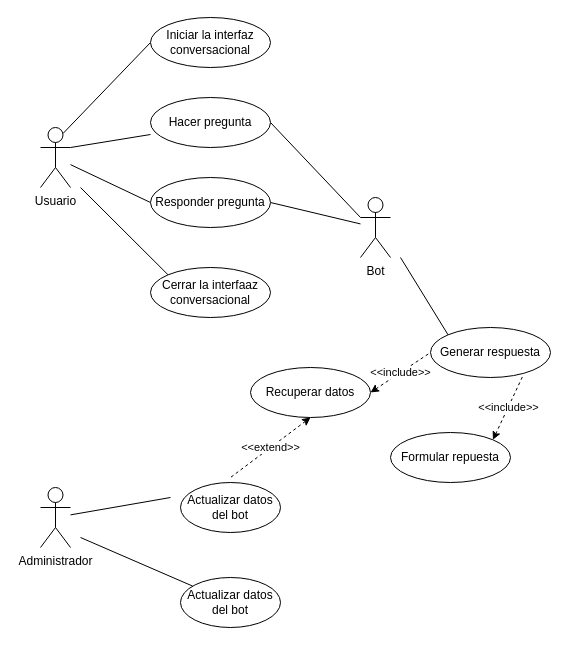
Above: page "Page-2" (2 of 3) of project-docs/RAG_Architecture.drawio in jrg1013/chatbot (draw.io), before the change. Source tidied: cells renumbered, new cells numbered last; positions are measured from the earlier drawing's top-left corner, leaving out a move shared by most shapes. Both pictures are drawn from the tidied source at 100%, with x=0, y=0 at pixel (40, 17).
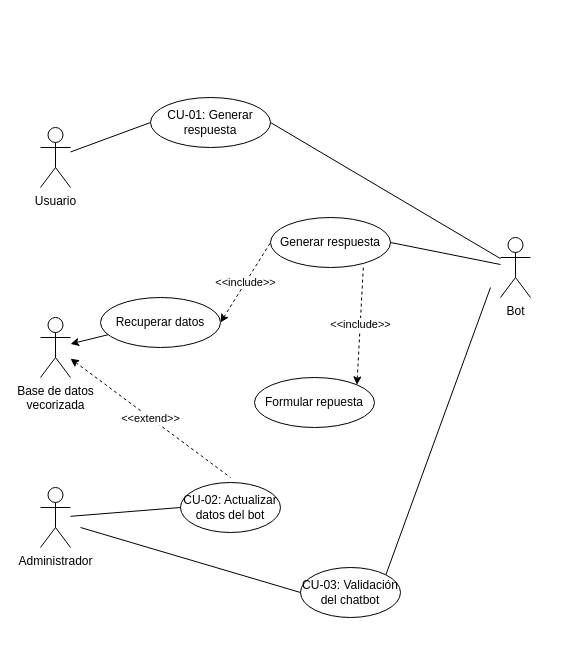
Above is the later version.

Unchanged cells that the change refers to:
```xml
<mxCell id="3" value="Usuario" style="shape=umlActor;verticalLabelPosition=bottom;verticalAlign=top;html=1;outlineConnect=0;" parent="1" vertex="1">
  <mxGeometry y="110" width="30" height="60" as="geometry" />
</mxCell>
<mxCell id="5" value="Administrador" style="shape=umlActor;verticalLabelPosition=bottom;verticalAlign=top;html=1;outlineConnect=0;" parent="1" vertex="1">
  <mxGeometry y="470" width="30" height="60" as="geometry" />
</mxCell>
```

Change to the diagram source:
```diff
@@
-    <mxCell id="2" style="edgeStyle=none;rounded=0;jettySize=auto;html=1;exitX=0.75;exitY=0.1;exitDx=0;exitDy=0;exitPerimeter=0;entryX=0;entryY=0.5;entryDx=0;entryDy=0;endArrow=none;endFill=0;" parent="1" edge="1" source="3" target="23">
-      <mxGeometry relative="1" as="geometry" />
-    </mxCell>
@@
-    <mxCell id="4" style="edgeStyle=none;rounded=0;jettySize=auto;html=1;endArrow=none;endFill=0;" parent="1" edge="1" target="21">
-      <mxGeometry relative="1" as="geometry">
-        <mxPoint x="40" y="520" as="sourcePoint" />
-      </mxGeometry>
-    </mxCell>
@@
-    <mxCell id="6" value="Actualizar datos del bot" style="ellipse;whiteSpace=wrap;html=1;" parent="1" vertex="1">
+    <mxCell id="6" value="CU-02: Actualizar datos del bot" style="ellipse;whiteSpace=wrap;html=1;" parent="1" vertex="1">
       <mxGeometry x="140" y="465" width="100" height="50" as="geometry" />
     </mxCell>
@@
     <mxCell id="8" value="Bot" style="shape=umlActor;verticalLabelPosition=bottom;verticalAlign=top;html=1;outlineConnect=0;" parent="1" vertex="1">
-      <mxGeometry x="320" y="180" width="30" height="60" as="geometry" />
+      <mxGeometry x="460" y="220" width="30" height="60" as="geometry" />
     </mxCell>
-    <mxCell id="9" value="Hacer pregunta" style="ellipse;whiteSpace=wrap;html=1;" parent="1" vertex="1">
-      <mxGeometry x="110" y="80" width="120" height="50" as="geometry" />
-    </mxCell>
-    <mxCell id="10" style="rounded=0;jettySize=auto;html=1;exitX=1;exitY=0.3333333333333333;exitDx=0;exitDy=0;exitPerimeter=0;entryX=0;entryY=0.74;entryDx=0;entryDy=0;entryPerimeter=0;endArrow=none;endFill=0;" parent="1" edge="1" source="3" target="9">
-      <mxGeometry relative="1" as="geometry" />
-    </mxCell>
-    <mxCell id="11" style="rounded=0;jettySize=auto;html=1;exitX=1;exitY=0.5;exitDx=0;exitDy=0;entryX=0;entryY=0.3333333333333333;entryDx=0;entryDy=0;entryPerimeter=0;endArrow=none;endFill=0;" parent="1" edge="1" source="9" target="8">
-      <mxGeometry relative="1" as="geometry" />
-    </mxCell>
-    <mxCell id="12" style="edgeStyle=none;rounded=0;jettySize=auto;html=1;endArrow=none;endFill=0;" parent="1" edge="1" source="5">
-      <mxGeometry relative="1" as="geometry">
-        <mxPoint x="130" y="480" as="targetPoint" />
-      </mxGeometry>
+    <mxCell id="12" style="edgeStyle=none;rounded=0;jettySize=auto;html=1;endArrow=none;endFill=0;entryX=0;entryY=0.5;entryDx=0;entryDy=0;" parent="1" edge="1" source="5" target="6">
+      <mxGeometry relative="1" as="geometry" />
     </mxCell>
@@
-    <mxCell id="14" value="Responder pregunta" style="ellipse;whiteSpace=wrap;html=1;" parent="1" vertex="1">
-      <mxGeometry x="110" y="160" width="120" height="50" as="geometry" />
+    <mxCell id="14" value="CU-01: Generar respuesta" style="ellipse;whiteSpace=wrap;html=1;" parent="1" vertex="1">
+      <mxGeometry x="110" y="80" width="120" height="50" as="geometry" />
     </mxCell>
     <mxCell id="15" value="Generar respuesta" style="ellipse;whiteSpace=wrap;html=1;" parent="1" vertex="1">
-      <mxGeometry x="390" y="310" width="120" height="50" as="geometry" />
+      <mxGeometry x="230" y="200" width="120" height="50" as="geometry" />
     </mxCell>
-    <mxCell id="16" style="edgeStyle=none;rounded=0;jettySize=auto;html=1;exitX=0;exitY=0;exitDx=0;exitDy=0;endArrow=none;endFill=0;" parent="1" edge="1" source="15">
-      <mxGeometry relative="1" as="geometry">
-        <mxPoint x="360" y="240" as="targetPoint" />
-      </mxGeometry>
+    <mxCell id="16" style="edgeStyle=none;rounded=0;jettySize=auto;html=1;exitX=1;exitY=0.5;exitDx=0;exitDy=0;endArrow=none;endFill=0;" parent="1" edge="1" source="15" target="8">
+      <mxGeometry relative="1" as="geometry" />
     </mxCell>
@@
+    <mxCell id="26" style="rounded=0;jettySize=auto;html=1;" parent="1" edge="1" source="18" target="27">
+      <mxGeometry relative="1" as="geometry" />
+    </mxCell>
     <mxCell id="18" value="Recuperar datos" style="ellipse;whiteSpace=wrap;html=1;" parent="1" vertex="1">
-      <mxGeometry x="210" y="350" width="120" height="50" as="geometry" />
+      <mxGeometry x="60" y="280" width="120" height="50" as="geometry" />
     </mxCell>
@@
     <mxCell id="20" value="Formular repuesta" style="ellipse;whiteSpace=wrap;html=1;" parent="1" vertex="1">
-      <mxGeometry x="350" y="415" width="120" height="50" as="geometry" />
+      <mxGeometry x="214" y="360" width="120" height="50" as="geometry" />
     </mxCell>
-    <mxCell id="21" value="Actualizar datos del bot" style="ellipse;whiteSpace=wrap;html=1;" parent="1" vertex="1">
-      <mxGeometry x="140" y="560" width="100" height="50" as="geometry" />
-    </mxCell>
-    <mxCell id="22" value="&amp;lt;&amp;lt;extend&amp;gt;&amp;gt;" style="edgeStyle=none;rounded=0;jettySize=auto;html=1;exitX=0.5;exitY=1;exitDx=0;exitDy=0;dashed=1;endArrow=none;endFill=0;startArrow=classic;startFill=1;" parent="1" edge="1" source="18">
+    <mxCell id="22" value="&amp;lt;&amp;lt;extend&amp;gt;&amp;gt;" style="edgeStyle=none;rounded=0;jettySize=auto;html=1;dashed=1;endArrow=none;endFill=0;startArrow=classic;startFill=1;" parent="1" edge="1" source="27">
       <mxGeometry relative="1" as="geometry">
         <mxPoint x="190" y="460" as="targetPoint" />
       </mxGeometry>
     </mxCell>
-    <mxCell id="23" value="Iniciar la interfaz conversacional" style="ellipse;whiteSpace=wrap;html=1;" parent="1" vertex="1">
-      <mxGeometry x="110" width="120" height="50" as="geometry" />
-    </mxCell>
-    <mxCell id="24" style="edgeStyle=none;rounded=0;jettySize=auto;html=1;exitX=0;exitY=0;exitDx=0;exitDy=0;endArrow=none;endFill=0;" parent="1" edge="1" source="25">
-      <mxGeometry relative="1" as="geometry">
-        <mxPoint x="40" y="170" as="targetPoint" />
-      </mxGeometry>
-    </mxCell>
-    <mxCell id="25" value="Cerrar la interfaaz conversacional" style="ellipse;whiteSpace=wrap;html=1;" parent="1" vertex="1">
-      <mxGeometry x="110" y="250" width="120" height="50" as="geometry" />
-    </mxCell>
+    <mxCell id="27" value="Base de datos &lt;br&gt;vecorizada" style="shape=umlActor;verticalLabelPosition=bottom;verticalAlign=top;html=1;outlineConnect=0;" parent="1" vertex="1">
+      <mxGeometry y="300" width="30" height="60" as="geometry" />
+    </mxCell>
+    <mxCell id="28" style="rounded=0;jettySize=auto;html=1;exitX=0;exitY=0.5;exitDx=0;exitDy=0;endArrow=none;endFill=0;" parent="1" edge="1" source="29">
+      <mxGeometry relative="1" as="geometry">
+        <mxPoint x="40" y="510" as="targetPoint" />
+      </mxGeometry>
+    </mxCell>
+    <mxCell id="29" value="CU-03: Validación del chatbot" style="ellipse;whiteSpace=wrap;html=1;" parent="1" vertex="1">
+      <mxGeometry x="260" y="550" width="100" height="50" as="geometry" />
+    </mxCell>
+    <mxCell id="30" style="rounded=0;jettySize=auto;html=1;exitX=1;exitY=0;exitDx=0;exitDy=0;endArrow=none;endFill=0;" parent="1" edge="1" source="29">
+      <mxGeometry relative="1" as="geometry">
+        <mxPoint x="450" y="270" as="targetPoint" />
+      </mxGeometry>
+    </mxCell>
```
